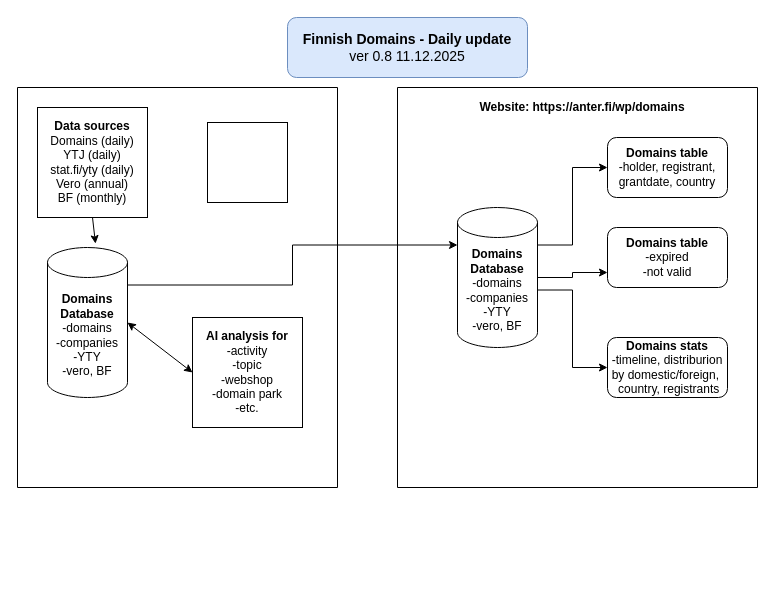
rsetala/genAI_october keeps this draw.io diagram as domains_01.drawio. Above is the earlier version. Source tidied: cells renumbered, new cells numbered last; positions are measured from the earlier drawing's top-left corner, leaving out a move shared by most shapes. Both pictures are drawn from the tidied source at 100%, with x=0, y=0 at pixel (17, 17).
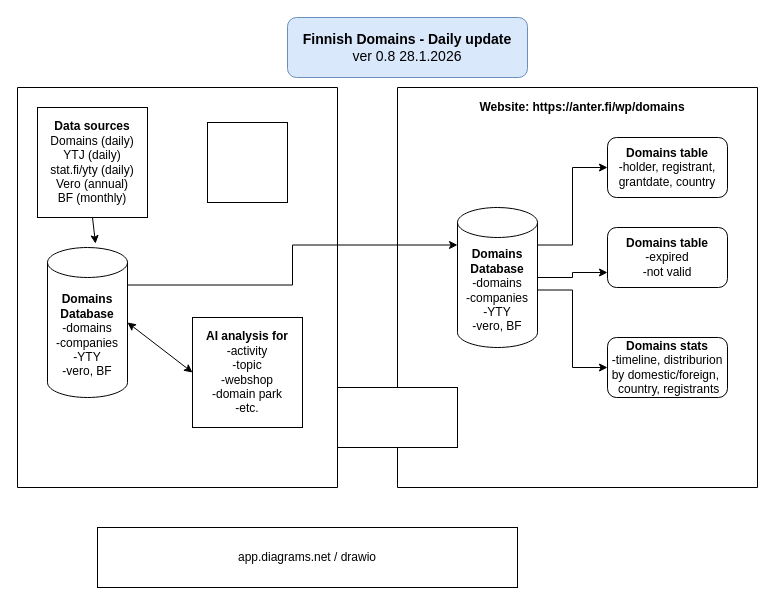
The same diagram, later.

Diff of the diagram source:
```diff
@@
-    <mxCell id="4" value="&lt;div&gt;&lt;font style=&quot;font-size: 14px;&quot;&gt;&lt;b&gt;Finnish Domains -&amp;nbsp;Daily update&lt;/b&gt;&lt;/font&gt;&lt;/div&gt;&lt;div&gt;&lt;font style=&quot;font-size: 14px;&quot;&gt;ver 0.8&amp;nbsp;11.12.2025&lt;/font&gt;&lt;/div&gt;" style="rounded=1;whiteSpace=wrap;html=1;fillColor=#dae8fc;strokeColor=#6c8ebf;" parent="1" vertex="1">
+    <mxCell id="4" value="&lt;div&gt;&lt;font style=&quot;font-size: 14px;&quot;&gt;&lt;b&gt;Finnish Domains -&amp;nbsp;Daily update&lt;/b&gt;&lt;/font&gt;&lt;/div&gt;&lt;div&gt;&lt;font style=&quot;font-size: 14px;&quot;&gt;ver 0.8 28.1.2026&lt;/font&gt;&lt;/div&gt;" style="rounded=1;whiteSpace=wrap;html=1;fillColor=#dae8fc;strokeColor=#6c8ebf;" parent="1" vertex="1">
       <mxGeometry x="270" width="240" height="60" as="geometry" />
     </mxCell>
@@
+    <mxCell id="20" style="rounded=0;whiteSpace=wrap;html=1;" parent="1" vertex="1">
+      <mxGeometry x="320" y="370" width="120" height="60" as="geometry" />
+    </mxCell>
+    <mxCell id="21" value="app.diagrams.net / drawio" style="rounded=0;whiteSpace=wrap;html=1;" parent="1" vertex="1">
+      <mxGeometry x="80" y="510" width="420" height="60" as="geometry" />
+    </mxCell>
```
